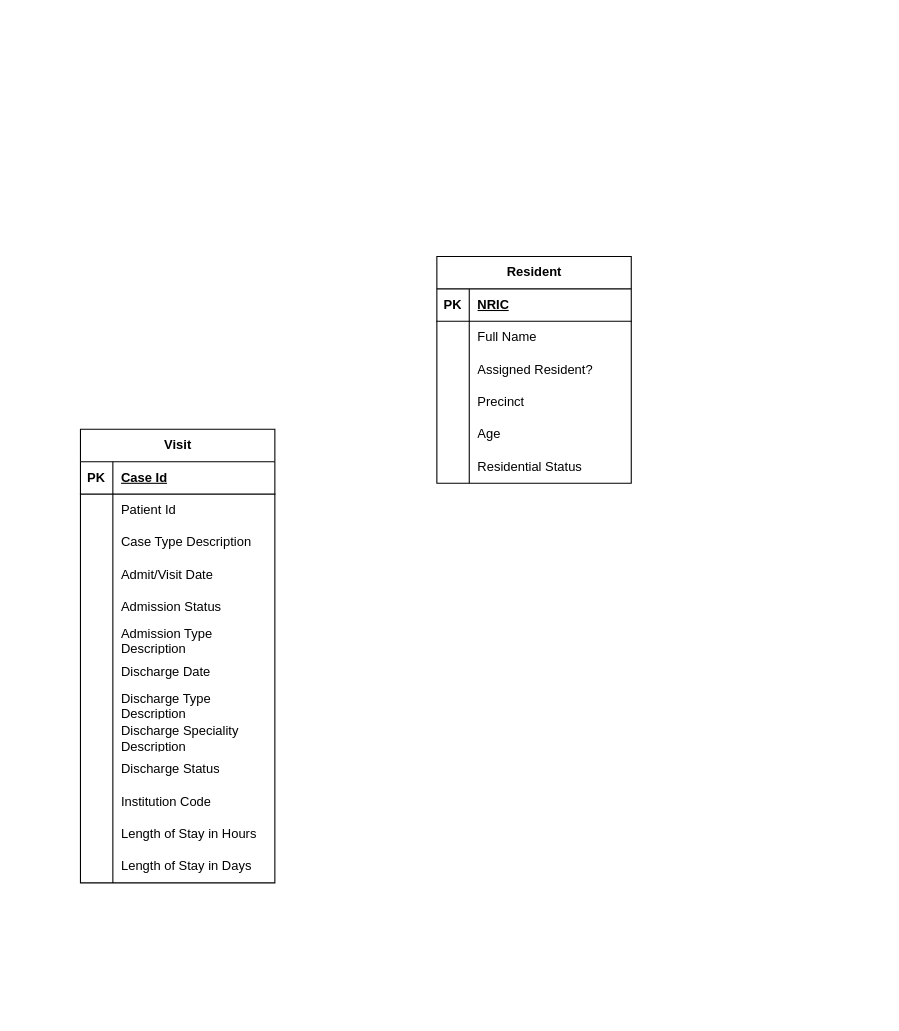
The draw.io diagram Design/eHints Entity Diagram.drawio in pavanmanideep/Tools, before the edit. Source tidied: cells renumbered, new cells numbered last; positions are measured from the earlier drawing's top-left corner, leaving out a move shared by most shapes. Both pictures are drawn from the tidied source at 108%, with x=0, y=0 at pixel (80, 256).
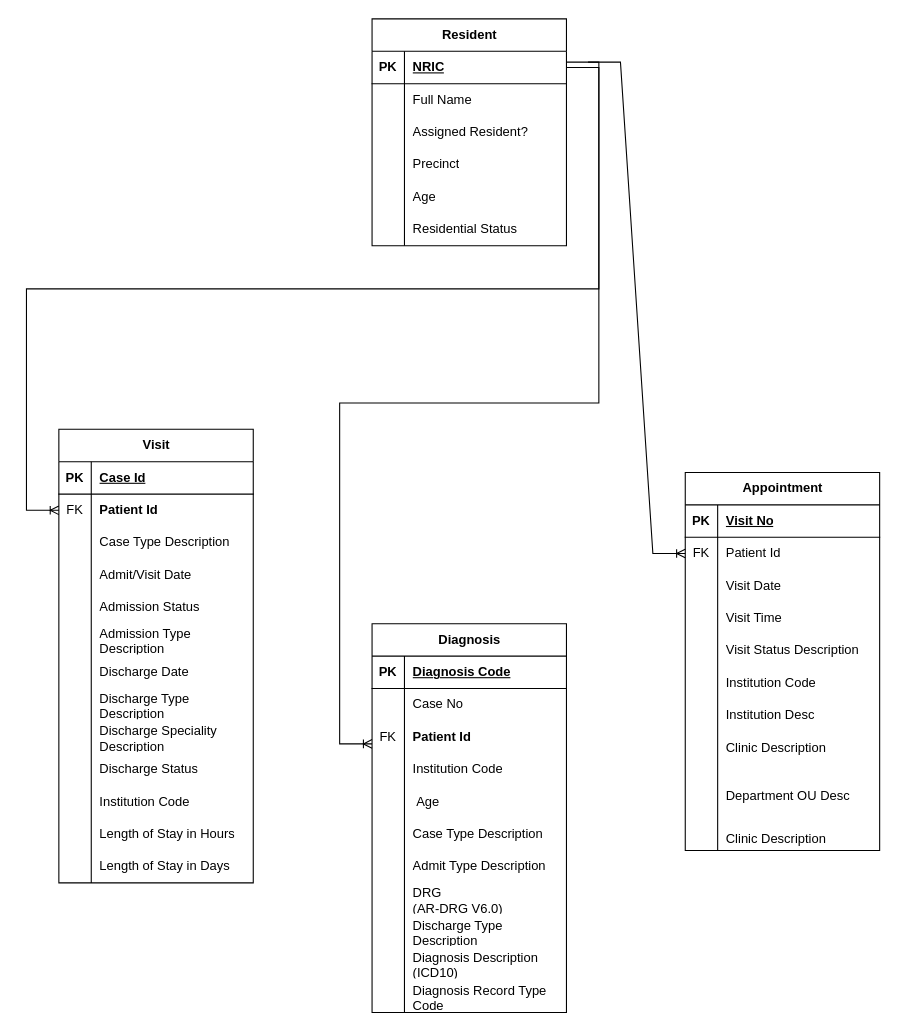
The same page after the edit.

The change refers to these unchanged cells:
```xml
<mxCell id="3" style="shape=tableRow;horizontal=0;startSize=0;swimlaneHead=0;swimlaneBody=0;fillColor=none;points=[[0,0.5],[1,0.5]];portConstraint=eastwest;top=0;left=0;right=0;bottom=1;" parent="2" vertex="1">
  <mxGeometry y="30" width="180" height="30" as="geometry" />
</mxCell>
<mxCell id="25" style="shape=tableRow;horizontal=0;startSize=0;swimlaneHead=0;swimlaneBody=0;fillColor=none;top=0;left=0;right=0;bottom=0;" parent="21" vertex="1">
  <mxGeometry y="60" width="180" height="30" as="geometry" />
</mxCell>
```

Change to the diagram source:
```diff
@@
     <mxCell id="2" value="Resident" style="shape=table;startSize=30;childLayout=tableLayout;rowLines=0;fontStyle=1;align=center;html=1;" parent="1" vertex="1">
-      <mxGeometry x="330" width="180" height="210" as="geometry" />
+      <mxGeometry x="270" y="-220" width="180" height="210" as="geometry" />
     </mxCell>
@@
     <mxCell id="21" value="Visit" style="shape=table;startSize=30;childLayout=tableLayout;rowLines=0;fontStyle=1;align=center;html=1;" parent="1" vertex="1">
-      <mxGeometry y="160" width="180" height="420" as="geometry" />
+      <mxGeometry x="-20" y="160" width="180" height="420" as="geometry" />
     </mxCell>
@@
-    <mxCell id="26" style="shape=partialRectangle;fillColor=none;top=0;left=0;bottom=0;right=0;overflow=hidden;whiteSpace=wrap;html=1;" parent="25" vertex="1">
+    <mxCell id="26" value="FK" style="shape=partialRectangle;fillColor=none;top=0;left=0;bottom=0;right=0;overflow=hidden;whiteSpace=wrap;html=1;" parent="25" vertex="1">
       <mxGeometry width="30" height="30" as="geometry" />
     </mxCell>
-    <mxCell id="27" value="Patient Id" style="shape=partialRectangle;fillColor=none;top=0;left=0;bottom=0;right=0;align=left;spacingLeft=6;overflow=hidden;whiteSpace=wrap;html=1;" parent="25" vertex="1">
+    <mxCell id="27" value="&lt;b&gt;Patient Id&lt;/b&gt;" style="shape=partialRectangle;fillColor=none;top=0;left=0;bottom=0;right=0;align=left;spacingLeft=6;overflow=hidden;whiteSpace=wrap;html=1;" parent="25" vertex="1">
       <mxGeometry x="30" width="150" height="30" as="geometry" />
     </mxCell>
@@
+    <mxCell id="61" value="Appointment" style="shape=table;startSize=30;childLayout=tableLayout;rowLines=0;fontStyle=1;align=center;html=1;" parent="1" vertex="1">
+      <mxGeometry x="560" y="200" width="180" height="350" as="geometry" />
+    </mxCell>
+    <mxCell id="62" style="shape=tableRow;horizontal=0;startSize=0;swimlaneHead=0;swimlaneBody=0;fillColor=none;top=0;left=0;right=0;bottom=1;" parent="61" vertex="1">
+      <mxGeometry y="30" width="180" height="30" as="geometry" />
+    </mxCell>
+    <mxCell id="63" value="PK" style="shape=partialRectangle;fillColor=none;top=0;left=0;bottom=0;right=0;fontStyle=1;overflow=hidden;whiteSpace=wrap;html=1;" parent="62" vertex="1">
+      <mxGeometry width="30" height="30" as="geometry" />
+    </mxCell>
+    <mxCell id="64" value="Visit No" style="shape=partialRectangle;fillColor=none;top=0;left=0;bottom=0;right=0;align=left;spacingLeft=6;fontStyle=5;overflow=hidden;whiteSpace=wrap;html=1;" parent="62" vertex="1">
+      <mxGeometry x="30" width="150" height="30" as="geometry" />
+    </mxCell>
+    <mxCell id="65" style="shape=tableRow;horizontal=0;startSize=0;swimlaneHead=0;swimlaneBody=0;fillColor=none;points=[[0,0.5],[1,0.5]];portConstraint=eastwest;top=0;left=0;right=0;bottom=0;" parent="61" vertex="1">
+      <mxGeometry y="60" width="180" height="30" as="geometry" />
+    </mxCell>
+    <mxCell id="66" value="FK" style="shape=partialRectangle;fillColor=none;top=0;left=0;bottom=0;right=0;overflow=hidden;whiteSpace=wrap;html=1;" parent="65" vertex="1">
+      <mxGeometry width="30" height="30" as="geometry" />
+    </mxCell>
+    <mxCell id="67" value="Patient Id" style="shape=partialRectangle;fillColor=none;top=0;left=0;bottom=0;right=0;align=left;spacingLeft=6;overflow=hidden;whiteSpace=wrap;html=1;" parent="65" vertex="1">
+      <mxGeometry x="30" width="150" height="30" as="geometry" />
+    </mxCell>
+    <mxCell id="68" style="shape=tableRow;horizontal=0;startSize=0;swimlaneHead=0;swimlaneBody=0;fillColor=none;top=0;left=0;right=0;bottom=0;" parent="61" vertex="1">
+      <mxGeometry y="90" width="180" height="30" as="geometry" />
+    </mxCell>
+    <mxCell id="69" style="shape=partialRectangle;fillColor=none;top=0;left=0;bottom=0;right=0;overflow=hidden;whiteSpace=wrap;html=1;" parent="68" vertex="1">
+      <mxGeometry width="30" height="30" as="geometry" />
+    </mxCell>
+    <mxCell id="70" value="Visit Date" style="shape=partialRectangle;fillColor=none;top=0;left=0;bottom=0;right=0;align=left;spacingLeft=6;overflow=hidden;whiteSpace=wrap;html=1;" parent="68" vertex="1">
+      <mxGeometry x="30" width="150" height="30" as="geometry" />
+    </mxCell>
+    <mxCell id="71" style="shape=tableRow;horizontal=0;startSize=0;swimlaneHead=0;swimlaneBody=0;fillColor=none;top=0;left=0;right=0;bottom=0;" parent="61" vertex="1">
+      <mxGeometry y="120" width="180" height="30" as="geometry" />
+    </mxCell>
+    <mxCell id="72" style="shape=partialRectangle;fillColor=none;top=0;left=0;bottom=0;right=0;overflow=hidden;whiteSpace=wrap;html=1;" parent="71" vertex="1">
+      <mxGeometry width="30" height="30" as="geometry" />
+    </mxCell>
+    <mxCell id="73" value="Visit Time" style="shape=partialRectangle;fillColor=none;top=0;left=0;bottom=0;right=0;align=left;spacingLeft=6;overflow=hidden;whiteSpace=wrap;html=1;" parent="71" vertex="1">
+      <mxGeometry x="30" width="150" height="30" as="geometry" />
+    </mxCell>
+    <mxCell id="74" style="shape=tableRow;horizontal=0;startSize=0;swimlaneHead=0;swimlaneBody=0;fillColor=none;top=0;left=0;right=0;bottom=0;" parent="61" vertex="1">
+      <mxGeometry y="150" width="180" height="30" as="geometry" />
+    </mxCell>
+    <mxCell id="75" style="shape=partialRectangle;fillColor=none;top=0;left=0;bottom=0;right=0;overflow=hidden;whiteSpace=wrap;html=1;" parent="74" vertex="1">
+      <mxGeometry width="30" height="30" as="geometry" />
+    </mxCell>
+    <mxCell id="76" value="&lt;p style=&quot;margin-top: 0pt; margin-bottom: 0pt; margin-left: 0in; direction: ltr; unicode-bidi: embed; word-break: normal;&quot;&gt;Visit Status Description&lt;/p&gt;" style="shape=partialRectangle;fillColor=none;top=0;left=0;bottom=0;right=0;align=left;spacingLeft=6;overflow=hidden;whiteSpace=wrap;html=1;" parent="74" vertex="1">
+      <mxGeometry x="30" width="150" height="30" as="geometry" />
+    </mxCell>
+    <mxCell id="77" style="shape=tableRow;horizontal=0;startSize=0;swimlaneHead=0;swimlaneBody=0;fillColor=none;top=0;left=0;right=0;bottom=0;" parent="61" vertex="1">
+      <mxGeometry y="180" width="180" height="30" as="geometry" />
+    </mxCell>
+    <mxCell id="78" style="shape=partialRectangle;fillColor=none;top=0;left=0;bottom=0;right=0;overflow=hidden;whiteSpace=wrap;html=1;" parent="77" vertex="1">
+      <mxGeometry width="30" height="30" as="geometry" />
+    </mxCell>
+    <mxCell id="79" value="&lt;p style=&quot;margin-top: 0pt; margin-bottom: 0pt; margin-left: 0in; direction: ltr; unicode-bidi: embed; word-break: normal;&quot;&gt;Institution Code&lt;/p&gt;" style="shape=partialRectangle;fillColor=none;top=0;left=0;bottom=0;right=0;align=left;spacingLeft=6;overflow=hidden;whiteSpace=wrap;html=1;" parent="77" vertex="1">
+      <mxGeometry x="30" width="150" height="30" as="geometry" />
+    </mxCell>
+    <mxCell id="80" style="shape=tableRow;horizontal=0;startSize=0;swimlaneHead=0;swimlaneBody=0;fillColor=none;top=0;left=0;right=0;bottom=0;" parent="61" vertex="1">
+      <mxGeometry y="210" width="180" height="30" as="geometry" />
+    </mxCell>
+    <mxCell id="81" style="shape=partialRectangle;fillColor=none;top=0;left=0;bottom=0;right=0;overflow=hidden;whiteSpace=wrap;html=1;" parent="80" vertex="1">
+      <mxGeometry width="30" height="30" as="geometry" />
+    </mxCell>
+    <mxCell id="82" value="&lt;p style=&quot;margin-top: 0pt; margin-bottom: 0pt; margin-left: 0in; direction: ltr; unicode-bidi: embed; word-break: normal;&quot;&gt;Institution &lt;span style=&quot;font-family: Arial;&quot;&gt;&lt;font style=&quot;font-size: 12px;&quot;&gt;Desc&lt;/font&gt;&lt;/span&gt;&lt;/p&gt;" style="shape=partialRectangle;fillColor=none;top=0;left=0;bottom=0;right=0;align=left;spacingLeft=6;overflow=hidden;whiteSpace=wrap;html=1;" parent="80" vertex="1">
+      <mxGeometry x="30" width="150" height="30" as="geometry" />
+    </mxCell>
+    <mxCell id="83" style="shape=tableRow;horizontal=0;startSize=0;swimlaneHead=0;swimlaneBody=0;fillColor=none;top=0;left=0;right=0;bottom=0;" parent="61" vertex="1">
+      <mxGeometry y="240" width="180" height="30" as="geometry" />
+    </mxCell>
+    <mxCell id="84" style="shape=partialRectangle;fillColor=none;top=0;left=0;bottom=0;right=0;overflow=hidden;whiteSpace=wrap;html=1;" parent="83" vertex="1">
+      <mxGeometry width="30" height="30" as="geometry" />
+    </mxCell>
+    <mxCell id="85" value="&lt;p style=&quot;margin-top: 0pt; margin-bottom: 0pt; margin-left: 0in; direction: ltr; unicode-bidi: embed; word-break: normal;&quot;&gt;Clinic Description&lt;/p&gt;" style="shape=partialRectangle;fillColor=none;top=0;left=0;bottom=0;right=0;align=left;spacingLeft=6;overflow=hidden;whiteSpace=wrap;html=1;" parent="83" vertex="1">
+      <mxGeometry x="30" width="150" height="30" as="geometry" />
+    </mxCell>
+    <mxCell id="86" style="shape=tableRow;horizontal=0;startSize=0;swimlaneHead=0;swimlaneBody=0;fillColor=none;top=0;left=0;right=0;bottom=0;" parent="61" vertex="1">
+      <mxGeometry y="270" width="180" height="60" as="geometry" />
+    </mxCell>
+    <mxCell id="87" style="shape=partialRectangle;fillColor=none;top=0;left=0;bottom=0;right=0;overflow=hidden;whiteSpace=wrap;html=1;" parent="86" vertex="1">
+      <mxGeometry width="30" height="60" as="geometry" />
+    </mxCell>
+    <mxCell id="88" value="&lt;p style=&quot;margin-top: 0pt; margin-bottom: 0pt; margin-left: 0in; direction: ltr; unicode-bidi: embed; word-break: normal;&quot;&gt;Department OU &lt;span style=&quot;font-family: Arial;&quot;&gt;Desc&lt;/span&gt;&lt;/p&gt;" style="shape=partialRectangle;fillColor=none;top=0;left=0;bottom=0;right=0;align=left;spacingLeft=6;overflow=hidden;whiteSpace=wrap;html=1;" parent="86" vertex="1">
+      <mxGeometry x="30" width="150" height="60" as="geometry" />
+    </mxCell>
+    <mxCell id="89" style="shape=tableRow;horizontal=0;startSize=0;swimlaneHead=0;swimlaneBody=0;fillColor=none;top=0;left=0;right=0;bottom=0;" parent="61" vertex="1">
+      <mxGeometry y="330" width="180" height="20" as="geometry" />
+    </mxCell>
+    <mxCell id="90" style="shape=partialRectangle;fillColor=none;top=0;left=0;bottom=0;right=0;overflow=hidden;whiteSpace=wrap;html=1;" parent="89" vertex="1">
+      <mxGeometry width="30" height="20" as="geometry" />
+    </mxCell>
+    <mxCell id="91" value="&lt;p style=&quot;margin-top: 0pt; margin-bottom: 0pt; margin-left: 0in; direction: ltr; unicode-bidi: embed; word-break: normal;&quot;&gt;Clinic Description&lt;/p&gt;" style="shape=partialRectangle;fillColor=none;top=0;left=0;bottom=0;right=0;align=left;spacingLeft=6;overflow=hidden;whiteSpace=wrap;html=1;" parent="89" vertex="1">
+      <mxGeometry x="30" width="150" height="20" as="geometry" />
+    </mxCell>
+    <mxCell id="92" value="Diagnosis" style="shape=table;startSize=30;childLayout=tableLayout;rowLines=0;fontStyle=1;align=center;html=1;" parent="1" vertex="1">
+      <mxGeometry x="270" y="340" width="180" height="360" as="geometry" />
+    </mxCell>
+    <mxCell id="93" style="shape=tableRow;horizontal=0;startSize=0;swimlaneHead=0;swimlaneBody=0;fillColor=none;top=0;left=0;right=0;bottom=1;" parent="92" vertex="1">
+      <mxGeometry y="30" width="180" height="30" as="geometry" />
+    </mxCell>
+    <mxCell id="94" value="PK" style="shape=partialRectangle;fillColor=none;top=0;left=0;bottom=0;right=0;fontStyle=1;overflow=hidden;whiteSpace=wrap;html=1;" parent="93" vertex="1">
+      <mxGeometry width="30" height="30" as="geometry" />
+    </mxCell>
+    <mxCell id="95" value="Diagnosis Code" style="shape=partialRectangle;fillColor=none;top=0;left=0;bottom=0;right=0;align=left;spacingLeft=6;fontStyle=5;overflow=hidden;whiteSpace=wrap;html=1;" parent="93" vertex="1">
+      <mxGeometry x="30" width="150" height="30" as="geometry" />
+    </mxCell>
+    <mxCell id="96" style="shape=tableRow;horizontal=0;startSize=0;swimlaneHead=0;swimlaneBody=0;fillColor=none;top=0;left=0;right=0;bottom=0;" parent="92" vertex="1">
+      <mxGeometry y="60" width="180" height="30" as="geometry" />
+    </mxCell>
+    <mxCell id="97" style="shape=partialRectangle;fillColor=none;top=0;left=0;bottom=0;right=0;overflow=hidden;whiteSpace=wrap;html=1;" parent="96" vertex="1">
+      <mxGeometry width="30" height="30" as="geometry" />
+    </mxCell>
+    <mxCell id="98" value="Case No" style="shape=partialRectangle;fillColor=none;top=0;left=0;bottom=0;right=0;align=left;spacingLeft=6;overflow=hidden;whiteSpace=wrap;html=1;" parent="96" vertex="1">
+      <mxGeometry x="30" width="150" height="30" as="geometry" />
+    </mxCell>
+    <mxCell id="99" style="shape=tableRow;horizontal=0;startSize=0;swimlaneHead=0;swimlaneBody=0;fillColor=none;top=0;left=0;right=0;bottom=0;" parent="92" vertex="1">
+      <mxGeometry y="90" width="180" height="30" as="geometry" />
+    </mxCell>
+    <mxCell id="100" value="FK" style="shape=partialRectangle;fillColor=none;top=0;left=0;bottom=0;right=0;overflow=hidden;whiteSpace=wrap;html=1;" parent="99" vertex="1">
+      <mxGeometry width="30" height="30" as="geometry" />
+    </mxCell>
+    <mxCell id="101" value="&lt;b&gt;Patient Id&lt;/b&gt;" style="shape=partialRectangle;fillColor=none;top=0;left=0;bottom=0;right=0;align=left;spacingLeft=6;overflow=hidden;whiteSpace=wrap;html=1;" parent="99" vertex="1">
+      <mxGeometry x="30" width="150" height="30" as="geometry" />
+    </mxCell>
+    <mxCell id="102" style="shape=tableRow;horizontal=0;startSize=0;swimlaneHead=0;swimlaneBody=0;fillColor=none;top=0;left=0;right=0;bottom=0;" parent="92" vertex="1">
+      <mxGeometry y="120" width="180" height="30" as="geometry" />
+    </mxCell>
+    <mxCell id="103" style="shape=partialRectangle;fillColor=none;top=0;left=0;bottom=0;right=0;overflow=hidden;whiteSpace=wrap;html=1;" parent="102" vertex="1">
+      <mxGeometry width="30" height="30" as="geometry" />
+    </mxCell>
+    <mxCell id="104" value="Institution Code" style="shape=partialRectangle;fillColor=none;top=0;left=0;bottom=0;right=0;align=left;spacingLeft=6;overflow=hidden;whiteSpace=wrap;html=1;" parent="102" vertex="1">
+      <mxGeometry x="30" width="150" height="30" as="geometry" />
+    </mxCell>
+    <mxCell id="105" style="shape=tableRow;horizontal=0;startSize=0;swimlaneHead=0;swimlaneBody=0;fillColor=none;top=0;left=0;right=0;bottom=0;" parent="92" vertex="1">
+      <mxGeometry y="150" width="180" height="30" as="geometry" />
+    </mxCell>
+    <mxCell id="106" style="shape=partialRectangle;fillColor=none;top=0;left=0;bottom=0;right=0;overflow=hidden;whiteSpace=wrap;html=1;" parent="105" vertex="1">
+      <mxGeometry width="30" height="30" as="geometry" />
+    </mxCell>
+    <mxCell id="107" value="&amp;nbsp;Age" style="shape=partialRectangle;fillColor=none;top=0;left=0;bottom=0;right=0;align=left;spacingLeft=6;overflow=hidden;whiteSpace=wrap;html=1;" parent="105" vertex="1">
+      <mxGeometry x="30" width="150" height="30" as="geometry" />
+    </mxCell>
+    <mxCell id="108" style="shape=tableRow;horizontal=0;startSize=0;swimlaneHead=0;swimlaneBody=0;fillColor=none;top=0;left=0;right=0;bottom=0;" parent="92" vertex="1">
+      <mxGeometry y="180" width="180" height="30" as="geometry" />
+    </mxCell>
+    <mxCell id="109" style="shape=partialRectangle;fillColor=none;top=0;left=0;bottom=0;right=0;overflow=hidden;whiteSpace=wrap;html=1;" parent="108" vertex="1">
+      <mxGeometry width="30" height="30" as="geometry" />
+    </mxCell>
+    <mxCell id="110" value="Case Type Description" style="shape=partialRectangle;fillColor=none;top=0;left=0;bottom=0;right=0;align=left;spacingLeft=6;overflow=hidden;whiteSpace=wrap;html=1;" parent="108" vertex="1">
+      <mxGeometry x="30" width="150" height="30" as="geometry" />
+    </mxCell>
+    <mxCell id="111" style="shape=tableRow;horizontal=0;startSize=0;swimlaneHead=0;swimlaneBody=0;fillColor=none;top=0;left=0;right=0;bottom=0;" parent="92" vertex="1">
+      <mxGeometry y="210" width="180" height="30" as="geometry" />
+    </mxCell>
+    <mxCell id="112" style="shape=partialRectangle;fillColor=none;top=0;left=0;bottom=0;right=0;overflow=hidden;whiteSpace=wrap;html=1;" parent="111" vertex="1">
+      <mxGeometry width="30" height="30" as="geometry" />
+    </mxCell>
+    <mxCell id="113" value="Admit Type Description" style="shape=partialRectangle;fillColor=none;top=0;left=0;bottom=0;right=0;align=left;spacingLeft=6;overflow=hidden;whiteSpace=wrap;html=1;" parent="111" vertex="1">
+      <mxGeometry x="30" width="150" height="30" as="geometry" />
+    </mxCell>
+    <mxCell id="114" style="shape=tableRow;horizontal=0;startSize=0;swimlaneHead=0;swimlaneBody=0;fillColor=none;top=0;left=0;right=0;bottom=0;" parent="92" vertex="1">
+      <mxGeometry y="240" width="180" height="30" as="geometry" />
+    </mxCell>
+    <mxCell id="115" style="shape=partialRectangle;fillColor=none;top=0;left=0;bottom=0;right=0;overflow=hidden;whiteSpace=wrap;html=1;" parent="114" vertex="1">
+      <mxGeometry width="30" height="30" as="geometry" />
+    </mxCell>
+    <mxCell id="116" value="DRG&lt;br/&gt;(AR-DRG V6.0)" style="shape=partialRectangle;fillColor=none;top=0;left=0;bottom=0;right=0;align=left;spacingLeft=6;overflow=hidden;whiteSpace=wrap;html=1;" parent="114" vertex="1">
+      <mxGeometry x="30" width="150" height="30" as="geometry" />
+    </mxCell>
+    <mxCell id="117" style="shape=tableRow;horizontal=0;startSize=0;swimlaneHead=0;swimlaneBody=0;fillColor=none;top=0;left=0;right=0;bottom=0;" parent="92" vertex="1">
+      <mxGeometry y="270" width="180" height="30" as="geometry" />
+    </mxCell>
+    <mxCell id="118" style="shape=partialRectangle;fillColor=none;top=0;left=0;bottom=0;right=0;overflow=hidden;whiteSpace=wrap;html=1;" parent="117" vertex="1">
+      <mxGeometry width="30" height="30" as="geometry" />
+    </mxCell>
+    <mxCell id="119" value="&lt;p style=&quot;margin-top: 0pt; margin-bottom: 0pt; margin-left: 0in; direction: ltr; unicode-bidi: embed; vertical-align: top; word-break: normal;&quot;&gt;Discharge Type Description&lt;/p&gt;" style="shape=partialRectangle;fillColor=none;top=0;left=0;bottom=0;right=0;align=left;spacingLeft=6;overflow=hidden;whiteSpace=wrap;html=1;" parent="117" vertex="1">
+      <mxGeometry x="30" width="150" height="30" as="geometry" />
+    </mxCell>
+    <mxCell id="120" style="shape=tableRow;horizontal=0;startSize=0;swimlaneHead=0;swimlaneBody=0;fillColor=none;top=0;left=0;right=0;bottom=0;" parent="92" vertex="1">
+      <mxGeometry y="300" width="180" height="30" as="geometry" />
+    </mxCell>
+    <mxCell id="121" style="shape=partialRectangle;fillColor=none;top=0;left=0;bottom=0;right=0;overflow=hidden;whiteSpace=wrap;html=1;" parent="120" vertex="1">
+      <mxGeometry width="30" height="30" as="geometry" />
+    </mxCell>
+    <mxCell id="122" value="&lt;p style=&quot;margin-top: 0pt; margin-bottom: 0pt; margin-left: 0in; direction: ltr; unicode-bidi: embed; vertical-align: top; word-break: normal;&quot;&gt;Diagnosis Description (ICD10)&lt;/p&gt;" style="shape=partialRectangle;fillColor=none;top=0;left=0;bottom=0;right=0;align=left;spacingLeft=6;overflow=hidden;whiteSpace=wrap;html=1;" parent="120" vertex="1">
+      <mxGeometry x="30" width="150" height="30" as="geometry" />
+    </mxCell>
+    <mxCell id="123" style="shape=tableRow;horizontal=0;startSize=0;swimlaneHead=0;swimlaneBody=0;fillColor=none;top=0;left=0;right=0;bottom=0;" parent="92" vertex="1">
+      <mxGeometry y="330" width="180" height="30" as="geometry" />
+    </mxCell>
+    <mxCell id="124" style="shape=partialRectangle;fillColor=none;top=0;left=0;bottom=0;right=0;overflow=hidden;whiteSpace=wrap;html=1;" parent="123" vertex="1">
+      <mxGeometry width="30" height="30" as="geometry" />
+    </mxCell>
+    <mxCell id="125" value="&lt;p style=&quot;margin-top: 0pt; margin-bottom: 0pt; margin-left: 0in; direction: ltr; unicode-bidi: embed; vertical-align: top; word-break: normal;&quot;&gt;Diagnosis Record Type Code&lt;/p&gt;" style="shape=partialRectangle;fillColor=none;top=0;left=0;bottom=0;right=0;align=left;spacingLeft=6;overflow=hidden;whiteSpace=wrap;html=1;" parent="123" vertex="1">
+      <mxGeometry x="30" width="150" height="30" as="geometry" />
+    </mxCell>
+    <mxCell id="126" style="edgeStyle=entityRelationEdgeStyle;fontSize=12;html=1;endArrow=ERoneToMany;rounded=0;" parent="1" edge="1" source="3">
+      <mxGeometry relative="1" as="geometry">
+        <mxPoint x="-20" y="235" as="targetPoint" />
+      </mxGeometry>
+    </mxCell>
+    <mxCell id="127" style="edgeStyle=entityRelationEdgeStyle;fontSize=12;html=1;endArrow=ERoneToMany;rounded=0;" parent="1" edge="1">
+      <mxGeometry relative="1" as="geometry">
+        <mxPoint x="450" y="-180" as="sourcePoint" />
+        <mxPoint x="270" y="451.3" as="targetPoint" />
+        <Array as="points">
+          <mxPoint x="40" y="100" />
+        </Array>
+      </mxGeometry>
+    </mxCell>
+    <mxCell id="128" style="edgeStyle=entityRelationEdgeStyle;fontSize=12;html=1;endArrow=ERoneToMany;rounded=0;" parent="1" edge="1" target="65">
+      <mxGeometry relative="1" as="geometry">
+        <mxPoint x="470" y="-180" as="sourcePoint" />
+        <Array as="points">
+          <mxPoint x="510" y="-30" />
+        </Array>
+      </mxGeometry>
+    </mxCell>
```
